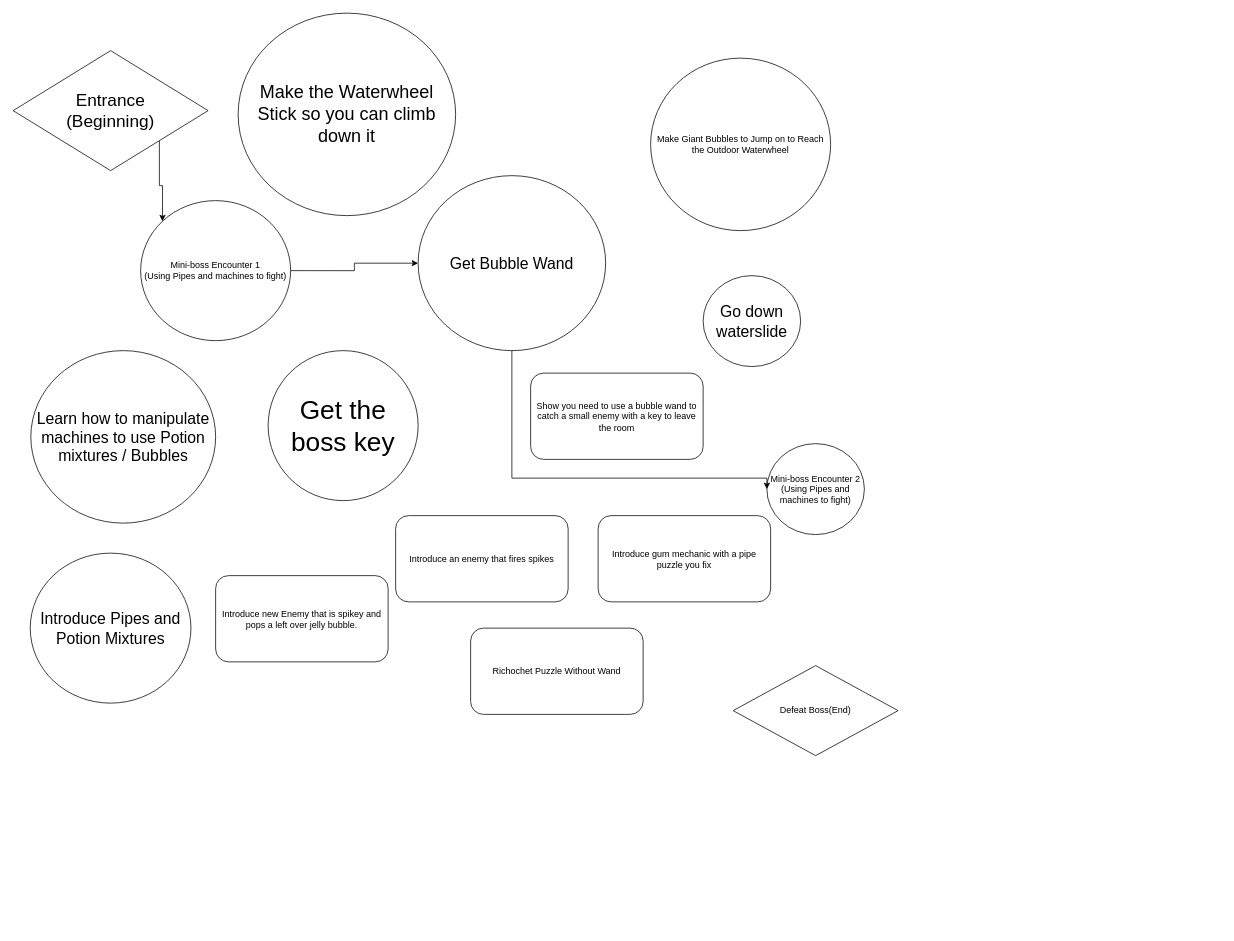
Rift-Master/Game-Design-Documents keeps this draw.io diagram as Zelda Bubble Wand Flowchart.drawio. Above is the earlier version. Source tidied: cells renumbered, new cells numbered last; positions are measured from the earlier drawing's top-left corner, leaving out a move shared by most shapes. Both pictures are drawn from the tidied source at 75%, with x=0, y=0 at pixel (13, 13).
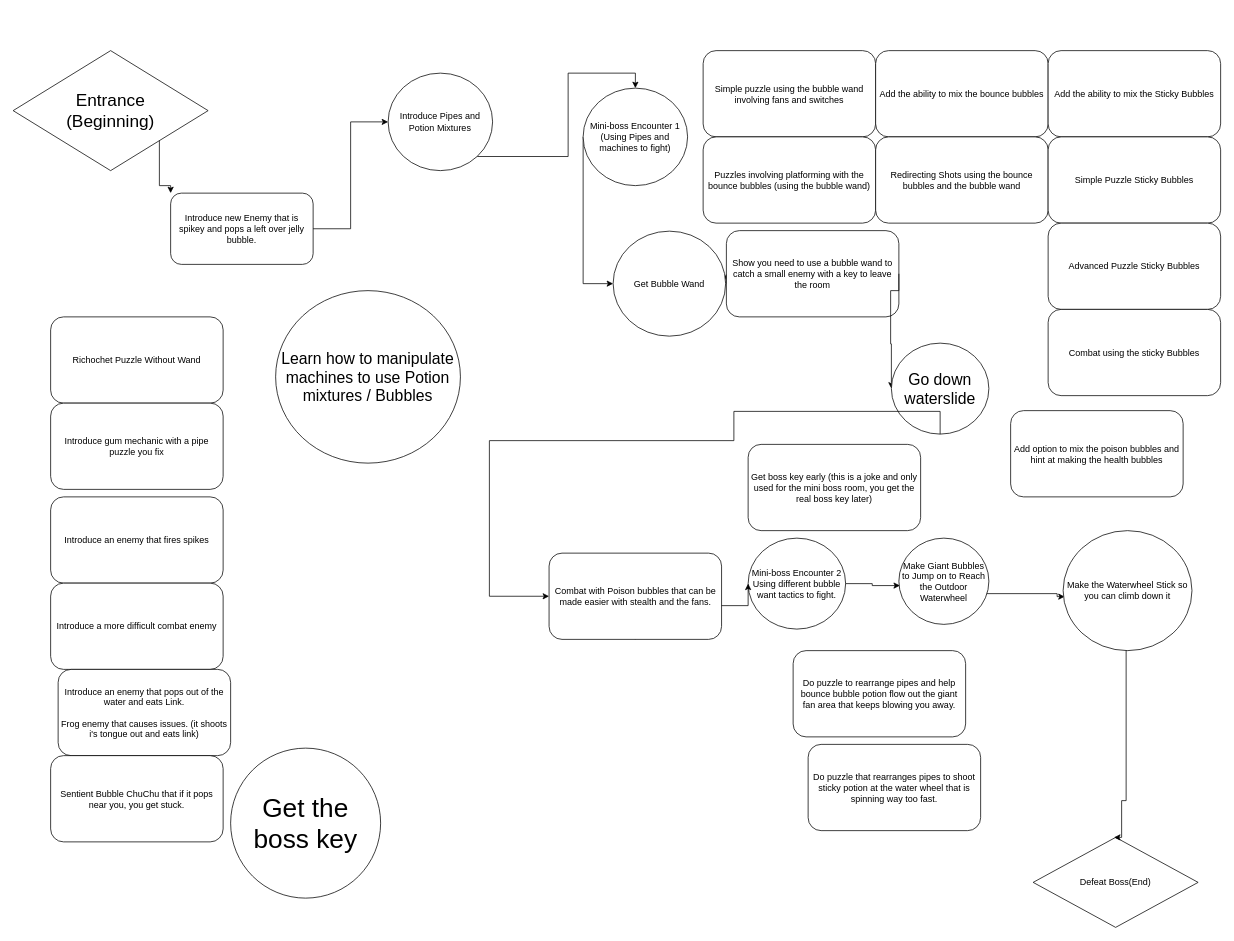
The same page after the edit.

Commit message:
Zelda Bubble Wand Flowchart.drawio を更新します

The change refers to these unchanged cells:
```xml
<mxCell id="3" value="&lt;font style=&quot;font-size: 23px;&quot;&gt;Entrance&lt;/font&gt;&lt;div&gt;&lt;font style=&quot;font-size: 23px;&quot;&gt;(Beginning)&lt;/font&gt;&lt;/div&gt;" style="rhombus;whiteSpace=wrap;html=1;" parent="1" vertex="1">
  <mxGeometry y="50" width="260" height="160" as="geometry" />
</mxCell>
```

What changed in the source:
```diff
@@
-    <mxCell id="2" style="edgeStyle=orthogonalEdgeStyle;rounded=0;jettySize=auto;html=1;exitX=1;exitY=1;exitDx=0;exitDy=0;entryX=0;entryY=0;entryDx=0;entryDy=0;" parent="1" edge="1" source="3" target="6">
-      <mxGeometry relative="1" as="geometry" />
+    <mxCell id="2" style="edgeStyle=orthogonalEdgeStyle;rounded=0;jettySize=auto;html=1;exitX=1;exitY=1;exitDx=0;exitDy=0;entryX=0.5;entryY=0;entryDx=0;entryDy=0;" parent="1" edge="1" source="10" target="6">
+      <mxGeometry relative="1" as="geometry">
+        <Array as="points">
+          <mxPoint x="740" y="80" />
+          <mxPoint x="830" y="80" />
+        </Array>
+      </mxGeometry>
     </mxCell>
@@
     <mxCell id="4" value="Defeat Boss(End)" style="rhombus;whiteSpace=wrap;html=1;" parent="1" vertex="1">
-      <mxGeometry x="960" y="870" width="220" height="120" as="geometry" />
+      <mxGeometry x="1360" y="1099" width="220" height="120" as="geometry" />
     </mxCell>
-    <mxCell id="5" style="edgeStyle=orthogonalEdgeStyle;rounded=0;jettySize=auto;html=1;exitX=1;exitY=0.5;exitDx=0;exitDy=0;" parent="1" edge="1" source="6" target="9">
-      <mxGeometry relative="1" as="geometry" />
+    <mxCell id="5" style="edgeStyle=orthogonalEdgeStyle;rounded=0;jettySize=auto;html=1;exitX=0;exitY=0.5;exitDx=0;exitDy=0;" parent="1" edge="1" source="6" target="9">
+      <mxGeometry relative="1" as="geometry">
+        <Array as="points">
+          <mxPoint x="760" y="170" />
+          <mxPoint x="760" y="170" />
+        </Array>
+      </mxGeometry>
     </mxCell>
     <mxCell id="6" value="Mini-boss Encounter 1&lt;div&gt;(Using Pipes and machines to fight)&lt;/div&gt;" style="ellipse;whiteSpace=wrap;html=1;" parent="1" vertex="1">
-      <mxGeometry x="170" y="250" width="200" height="186.7" as="geometry" />
+      <mxGeometry x="760" y="100" width="139.3" height="130" as="geometry" />
     </mxCell>
+    <mxCell id="21" style="edgeStyle=orthogonalEdgeStyle;rounded=0;jettySize=auto;html=1;exitX=0.5;exitY=1;exitDx=0;exitDy=0;entryX=0.5;entryY=0;entryDx=0;entryDy=0;" parent="1" edge="1" source="18">
+      <mxGeometry relative="1" as="geometry">
+        <mxPoint x="1467.9" y="1099" as="targetPoint" />
+        <Array as="points">
+          <mxPoint x="1520" y="780" />
+          <mxPoint x="1520" y="790" />
+          <mxPoint x="1490" y="790" />
+          <mxPoint x="1490" y="827" />
+          <mxPoint x="1484" y="827" />
+          <mxPoint x="1484" y="1050" />
+          <mxPoint x="1478" y="1050" />
+          <mxPoint x="1478" y="1099" />
+        </Array>
+      </mxGeometry>
+    </mxCell>
-    <mxCell id="7" value="Mini-boss Encounter 2&lt;div&gt;(Using Pipes and machines to fight)&lt;/div&gt;" style="ellipse;whiteSpace=wrap;html=1;" parent="1" vertex="1">
-      <mxGeometry x="1005" y="574" width="130" height="121.3" as="geometry" />
+    <mxCell id="7" value="Mini-boss Encounter 2&lt;div&gt;Using different bubble want tactics to fight.&lt;/div&gt;" style="ellipse;whiteSpace=wrap;html=1;" parent="1" vertex="1">
+      <mxGeometry x="980" y="700" width="130" height="121.3" as="geometry" />
     </mxCell>
-    <mxCell id="8" style="edgeStyle=orthogonalEdgeStyle;rounded=0;jettySize=auto;html=1;exitX=0.5;exitY=1;exitDx=0;exitDy=0;entryX=0;entryY=0.5;entryDx=0;entryDy=0;" parent="1" edge="1" source="9" target="7">
-      <mxGeometry relative="1" as="geometry">
-        <Array as="points">
-          <mxPoint x="665" y="620" />
-          <mxPoint x="1005" y="620" />
-        </Array>
-      </mxGeometry>
-    </mxCell>
+    <mxCell id="22" style="edgeStyle=orthogonalEdgeStyle;rounded=0;jettySize=auto;html=1;exitX=0.5;exitY=1;exitDx=0;exitDy=0;entryX=0;entryY=0.5;entryDx=0;entryDy=0;" parent="1" edge="1" source="39" target="7">
+      <mxGeometry relative="1" as="geometry">
+        <Array as="points">
+          <mxPoint x="830" y="790" />
+          <mxPoint x="980" y="790" />
+        </Array>
+      </mxGeometry>
+    </mxCell>
+    <mxCell id="23" style="edgeStyle=orthogonalEdgeStyle;rounded=0;jettySize=auto;html=1;exitX=1;exitY=0.5;exitDx=0;exitDy=0;entryX=0;entryY=0.5;entryDx=0;entryDy=0;" parent="1" edge="1" source="9" target="16">
+      <mxGeometry relative="1" as="geometry" />
+    </mxCell>
-    <mxCell id="9" value="&lt;font style=&quot;font-size: 21px;&quot;&gt;Get Bubble Wand&lt;/font&gt;" style="ellipse;whiteSpace=wrap;html=1;" parent="1" vertex="1">
-      <mxGeometry x="540" y="216.7" width="250" height="233.3" as="geometry" />
+    <mxCell id="9" value="&lt;font&gt;Get Bubble Wand&lt;/font&gt;" style="ellipse;whiteSpace=wrap;html=1;" parent="1" vertex="1">
+      <mxGeometry x="800" y="290.7" width="150" height="140" as="geometry" />
     </mxCell>
-    <mxCell id="10" value="&lt;font style=&quot;font-size: 21px;&quot;&gt;Introduce Pipes and Potion Mixtures&lt;/font&gt;" style="ellipse;whiteSpace=wrap;html=1;" parent="1" vertex="1">
-      <mxGeometry x="22.8" y="720" width="214.3" height="200" as="geometry" />
-    </mxCell>
     <mxCell id="11" value="&lt;font style=&quot;font-size: 21px;&quot;&gt;Learn how to manipulate machines to use Potion mixtures / Bubbles&lt;/font&gt;" style="ellipse;whiteSpace=wrap;html=1;" parent="1" vertex="1">
-      <mxGeometry x="23.6" y="450" width="246.4" height="230" as="geometry" />
+      <mxGeometry x="350" y="370" width="246.4" height="230" as="geometry" />
     </mxCell>
-    <mxCell id="12" value="Introduce new Enemy that is spikey and pops a left over jelly bubble." style="rounded=1;whiteSpace=wrap;html=1;" parent="1" vertex="1">
-      <mxGeometry x="270" y="750" width="230" height="115" as="geometry" />
-    </mxCell>
-    <mxCell id="13" value="Make Giant Bubbles to Jump on to Reach the Outdoor Waterwheel" style="ellipse;whiteSpace=wrap;html=1;" parent="1" vertex="1">
-      <mxGeometry x="850" y="60" width="240" height="230" as="geometry" />
-    </mxCell>
-    <mxCell id="14" value="&lt;font style=&quot;font-size: 21px;&quot;&gt;Go down waterslide&lt;/font&gt;" style="ellipse;whiteSpace=wrap;html=1;" parent="1" vertex="1">
-      <mxGeometry x="920" y="350" width="130" height="121.3" as="geometry" />
-    </mxCell>
     <mxCell id="15" value="Introduce an enemy that fires spikes" style="rounded=1;whiteSpace=wrap;html=1;" parent="1" vertex="1">
-      <mxGeometry x="510" y="670" width="230" height="115" as="geometry" />
+      <mxGeometry x="50" y="645" width="230" height="115" as="geometry" />
     </mxCell>
-    <mxCell id="16" value="Show you need to use a bubble wand to catch a small enemy with a key to leave the room" style="rounded=1;whiteSpace=wrap;html=1;" parent="1" vertex="1">
-      <mxGeometry x="690" y="480" width="230" height="115" as="geometry" />
-    </mxCell>
     <mxCell id="17" value="Richochet Puzzle Without Wand" style="rounded=1;whiteSpace=wrap;html=1;" parent="1" vertex="1">
-      <mxGeometry x="610" y="820" width="230" height="115" as="geometry" />
+      <mxGeometry x="50" y="405" width="230" height="115" as="geometry" />
     </mxCell>
-    <mxCell id="18" value="&lt;font style=&quot;font-size: 24px;&quot;&gt;Make the Waterwheel Stick so you can climb down it&lt;/font&gt;" style="ellipse;whiteSpace=wrap;html=1;" parent="1" vertex="1">
-      <mxGeometry x="300" width="290" height="270" as="geometry" />
-    </mxCell>
     <mxCell id="19" value="&lt;font style=&quot;font-size: 35px;&quot;&gt;Get the boss key&lt;/font&gt;" style="ellipse;whiteSpace=wrap;html=1;" parent="1" vertex="1">
-      <mxGeometry x="340" y="450" width="200" height="200" as="geometry" />
+      <mxGeometry x="290" y="980" width="200" height="200" as="geometry" />
     </mxCell>
     <mxCell id="20" value="Introduce gum mechanic with a pipe puzzle you fix" style="rounded=1;whiteSpace=wrap;html=1;" parent="1" vertex="1">
-      <mxGeometry x="780" y="670" width="230" height="115" as="geometry" />
+      <mxGeometry x="50" y="520" width="230" height="115" as="geometry" />
     </mxCell>
+    <mxCell id="16" value="Show you need to use a bubble wand to catch a small enemy with a key to leave the room" style="rounded=1;whiteSpace=wrap;html=1;" parent="1" vertex="1">
+      <mxGeometry x="951" y="290" width="230" height="115" as="geometry" />
+    </mxCell>
+    <mxCell id="24" style="edgeStyle=orthogonalEdgeStyle;rounded=0;jettySize=auto;html=1;exitX=1;exitY=0.5;exitDx=0;exitDy=0;entryX=0.012;entryY=0.55;entryDx=0;entryDy=0;entryPerimeter=0;" parent="1" edge="1" source="13" target="18">
+      <mxGeometry relative="1" as="geometry">
+        <Array as="points">
+          <mxPoint x="1220" y="774" />
+          <mxPoint x="1392" y="771" />
+          <mxPoint x="1392" y="778" />
+        </Array>
+      </mxGeometry>
+    </mxCell>
+    <mxCell id="18" value="&lt;font&gt;Make the Waterwheel Stick so you can climb down it&lt;/font&gt;" style="ellipse;whiteSpace=wrap;html=1;" parent="1" vertex="1">
+      <mxGeometry x="1400" y="690" width="171.8" height="160" as="geometry" />
+    </mxCell>
+    <mxCell id="25" style="edgeStyle=orthogonalEdgeStyle;rounded=0;jettySize=auto;html=1;exitX=1;exitY=0.5;exitDx=0;exitDy=0;entryX=0.012;entryY=0.55;entryDx=0;entryDy=0;entryPerimeter=0;" parent="1" edge="1" source="7" target="13">
+      <mxGeometry relative="1" as="geometry" />
+    </mxCell>
+    <mxCell id="13" value="Make Giant Bubbles to Jump on to Reach the Outdoor Waterwheel" style="ellipse;whiteSpace=wrap;html=1;" parent="1" vertex="1">
+      <mxGeometry x="1181" y="700" width="120" height="115" as="geometry" />
+    </mxCell>
+    <mxCell id="26" style="edgeStyle=orthogonalEdgeStyle;rounded=0;jettySize=auto;html=1;exitX=1;exitY=1;exitDx=0;exitDy=0;entryX=0;entryY=0;entryDx=0;entryDy=0;" parent="1" edge="1" source="3" target="12">
+      <mxGeometry relative="1" as="geometry" />
+    </mxCell>
+    <mxCell id="12" value="Introduce new Enemy that is spikey and pops a left over jelly bubble." style="rounded=1;whiteSpace=wrap;html=1;" parent="1" vertex="1">
+      <mxGeometry x="210" y="240" width="190" height="95" as="geometry" />
+    </mxCell>
+    <mxCell id="27" style="edgeStyle=orthogonalEdgeStyle;rounded=0;jettySize=auto;html=1;exitX=1;exitY=0.5;exitDx=0;exitDy=0;entryX=0;entryY=0.5;entryDx=0;entryDy=0;" parent="1" edge="1" source="12" target="10">
+      <mxGeometry relative="1" as="geometry" />
+    </mxCell>
+    <mxCell id="10" value="&lt;font&gt;Introduce Pipes and Potion Mixtures&lt;/font&gt;" style="ellipse;whiteSpace=wrap;html=1;" parent="1" vertex="1">
+      <mxGeometry x="500" y="80" width="139.3" height="130" as="geometry" />
+    </mxCell>
+    <mxCell id="28" style="edgeStyle=orthogonalEdgeStyle;rounded=0;jettySize=auto;html=1;exitX=1;exitY=0.5;exitDx=0;exitDy=0;entryX=0;entryY=0.5;entryDx=0;entryDy=0;" parent="1" edge="1" source="16" target="14">
+      <mxGeometry relative="1" as="geometry">
+        <Array as="points">
+          <mxPoint x="1181" y="370" />
+          <mxPoint x="1170" y="370" />
+          <mxPoint x="1170" y="441" />
+        </Array>
+      </mxGeometry>
+    </mxCell>
+    <mxCell id="14" value="&lt;font style=&quot;font-size: 21px;&quot;&gt;Go down waterslide&lt;/font&gt;" style="ellipse;whiteSpace=wrap;html=1;" parent="1" vertex="1">
+      <mxGeometry x="1171" y="440" width="130" height="121.3" as="geometry" />
+    </mxCell>
+    <mxCell id="29" value="Simple puzzle using the bubble wand involving fans and switches" style="rounded=1;whiteSpace=wrap;html=1;" parent="1" vertex="1">
+      <mxGeometry x="920" y="50" width="230" height="115" as="geometry" />
+    </mxCell>
+    <mxCell id="30" value="Add the ability to mix the bounce bubbles" style="rounded=1;whiteSpace=wrap;html=1;" parent="1" vertex="1">
+      <mxGeometry x="1150" y="50" width="230" height="115" as="geometry" />
+    </mxCell>
+    <mxCell id="31" value="Puzzles involving platforming with the bounce bubbles (using the bubble wand)" style="rounded=1;whiteSpace=wrap;html=1;" parent="1" vertex="1">
+      <mxGeometry x="920" y="165" width="230" height="115" as="geometry" />
+    </mxCell>
+    <mxCell id="32" value="Redirecting Shots using the bounce bubbles and the bubble wand" style="rounded=1;whiteSpace=wrap;html=1;" parent="1" vertex="1">
+      <mxGeometry x="1150" y="165" width="230" height="115" as="geometry" />
+    </mxCell>
+    <mxCell id="33" value="Add the ability to mix the Sticky Bubbles" style="rounded=1;whiteSpace=wrap;html=1;" parent="1" vertex="1">
+      <mxGeometry x="1380" y="50" width="230" height="115" as="geometry" />
+    </mxCell>
+    <mxCell id="34" value="Simple Puzzle Sticky Bubbles" style="rounded=1;whiteSpace=wrap;html=1;" parent="1" vertex="1">
+      <mxGeometry x="1380" y="165" width="230" height="115" as="geometry" />
+    </mxCell>
+    <mxCell id="35" value="Advanced Puzzle Sticky Bubbles" style="rounded=1;whiteSpace=wrap;html=1;" parent="1" vertex="1">
+      <mxGeometry x="1380" y="280" width="230" height="115" as="geometry" />
+    </mxCell>
+    <mxCell id="36" value="Combat using the sticky Bubbles" style="rounded=1;whiteSpace=wrap;html=1;" parent="1" vertex="1">
+      <mxGeometry x="1380" y="395" width="230" height="115" as="geometry" />
+    </mxCell>
+    <mxCell id="37" value="Add option to mix the poison bubbles and hint at making the health bubbles" style="rounded=1;whiteSpace=wrap;html=1;" parent="1" vertex="1">
+      <mxGeometry x="1330" y="530" width="230" height="115" as="geometry" />
+    </mxCell>
+    <mxCell id="38" style="edgeStyle=orthogonalEdgeStyle;rounded=0;jettySize=auto;html=1;exitX=0.5;exitY=1;exitDx=0;exitDy=0;entryX=0;entryY=0.5;entryDx=0;entryDy=0;" parent="1" edge="1" source="14" target="39">
+      <mxGeometry relative="1" as="geometry">
+        <Array as="points">
+          <mxPoint x="961" y="531" />
+          <mxPoint x="961" y="570" />
+          <mxPoint x="635" y="570" />
+        </Array>
+      </mxGeometry>
+    </mxCell>
+    <mxCell id="39" value="Combat with Poison bubbles that can be made easier with stealth and the fans." style="rounded=1;whiteSpace=wrap;html=1;" parent="1" vertex="1">
+      <mxGeometry x="714.6" y="720" width="230" height="115" as="geometry" />
+    </mxCell>
+    <mxCell id="40" value="Do puzzle to rearrange pipes and help bounce bubble potion flow out the giant fan area that keeps blowing you away." style="rounded=1;whiteSpace=wrap;html=1;" parent="1" vertex="1">
+      <mxGeometry x="1040" y="850" width="230" height="115" as="geometry" />
+    </mxCell>
+    <mxCell id="41" value="Do puzzle that rearranges pipes to shoot sticky potion at the water wheel that is spinning way too fast." style="rounded=1;whiteSpace=wrap;html=1;" parent="1" vertex="1">
+      <mxGeometry x="1060" y="975" width="230" height="115" as="geometry" />
+    </mxCell>
+    <mxCell id="42" value="Get boss key early (this is a joke and only used for the mini boss room, you get the real boss key later)" style="rounded=1;whiteSpace=wrap;html=1;" parent="1" vertex="1">
+      <mxGeometry x="980" y="575" width="230" height="115" as="geometry" />
+    </mxCell>
+    <mxCell id="43" value="Introduce a more difficult combat enemy" style="rounded=1;whiteSpace=wrap;html=1;" parent="1" vertex="1">
+      <mxGeometry x="50" y="760" width="230" height="115" as="geometry" />
+    </mxCell>
+    <mxCell id="44" value="Introduce an enemy that pops out of the water and eats Link.&lt;div&gt;&lt;br&gt;&lt;/div&gt;&lt;div&gt;Frog enemy that causes issues. (it shoots i's tongue out and eats link)&lt;/div&gt;" style="rounded=1;whiteSpace=wrap;html=1;" parent="1" vertex="1">
+      <mxGeometry x="60" y="875" width="230" height="115" as="geometry" />
+    </mxCell>
+    <mxCell id="45" value="Sentient Bubble ChuChu that if it pops near you, you get stuck." style="rounded=1;whiteSpace=wrap;html=1;" parent="1" vertex="1">
+      <mxGeometry x="50" y="990" width="230" height="115" as="geometry" />
+    </mxCell>
```
